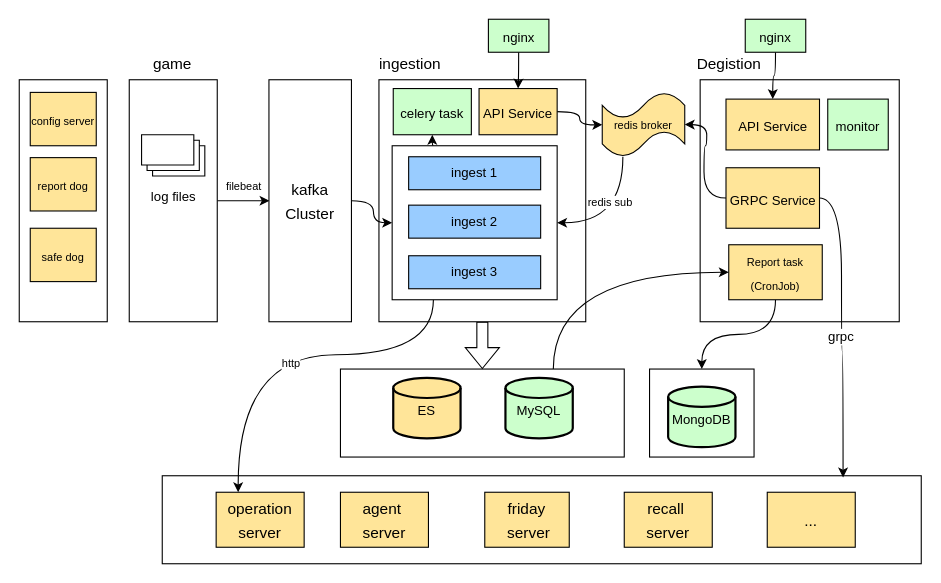
ppudding5566/test5566 keeps this draw.io diagram as page "數據平台整體架構" (2 of 5) of turtledegist.drawio. Above is the earlier version. Source tidied: cells renumbered, new cells numbered last; positions are measured from the earlier drawing's top-left corner, leaving out a move shared by most shapes. Both pictures are drawn from the tidied source at 110%, with x=0, y=0 at pixel (19, 19).
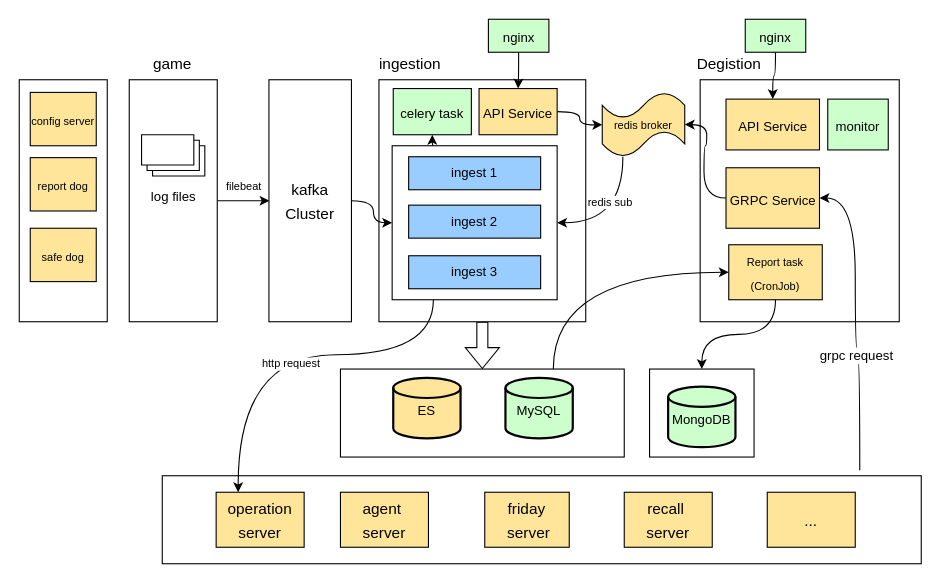
After the change.

The change refers to these unchanged cells:
```xml
<mxCell id="2" style="rounded=0;whiteSpace=wrap;html=1;fontSize=18;fillColor=#FFFFFF;" parent="1" vertex="1">
  <mxGeometry x="130" y="415" width="690" height="80" as="geometry" />
</mxCell>
<mxCell id="8" style="edgeStyle=orthogonalEdgeStyle;curved=1;rounded=0;jettySize=auto;html=1;exitX=0.25;exitY=1;exitDx=0;exitDy=0;entryX=0.25;entryY=0;entryDx=0;entryDy=0;fontSize=10;elbow=vertical;" parent="1" edge="1" source="11" target="39">
  <mxGeometry relative="1" as="geometry">
    <Array as="points">
      <mxPoint x="377" y="305" />
      <mxPoint x="199" y="305" />
    </Array>
  </mxGeometry>
</mxCell>
<mxCell id="35" value="&lt;font style=&quot;font-size: 12px;&quot;&gt;GRPC Service&lt;/font&gt;" style="rounded=0;whiteSpace=wrap;html=1;fontSize=18;fillColor=#FFE599;" parent="1" vertex="1">
  <mxGeometry x="642.5" y="135" width="85" height="55" as="geometry" />
</mxCell>
```

Change to the diagram source:
```diff
@@
-    <mxCell id="9" value="http" style="edgeLabel;html=1;align=center;verticalAlign=middle;fontSize=10;" parent="8" vertex="1">
+    <mxCell id="9" value="http request" style="edgeLabel;html=1;align=center;verticalAlign=middle;fontSize=10;" parent="8" vertex="1">
       <mxGeometry x="0.02" y="7" relative="1" as="geometry" />
     </mxCell>
@@
-    <mxCell id="32" style="edgeStyle=orthogonalEdgeStyle;curved=1;rounded=0;jettySize=auto;html=1;exitX=1;exitY=0.5;exitDx=0;exitDy=0;entryX=0.897;entryY=0.019;entryDx=0;entryDy=0;entryPerimeter=0;fontSize=12;elbow=vertical;" parent="1" edge="1" source="35" target="2">
-      <mxGeometry relative="1" as="geometry" />
+    <mxCell id="32" style="edgeStyle=orthogonalEdgeStyle;curved=1;rounded=0;jettySize=auto;html=1;exitX=0.919;exitY=-0.062;exitDx=0;exitDy=0;fontSize=12;elbow=vertical;exitPerimeter=0;entryX=1;entryY=0.5;entryDx=0;entryDy=0;" parent="1" edge="1" source="2" target="35">
+      <mxGeometry relative="1" as="geometry">
+        <Array as="points">
+          <mxPoint x="764" y="303" />
+          <mxPoint x="760" y="303" />
+          <mxPoint x="760" y="163" />
+        </Array>
+      </mxGeometry>
     </mxCell>
-    <mxCell id="33" value="grpc" style="edgeLabel;html=1;align=center;verticalAlign=middle;fontSize=12;" parent="32" vertex="1">
-      <mxGeometry x="0.06" y="-1" relative="1" as="geometry" />
+    <mxCell id="33" value="grpc request" style="edgeLabel;html=1;align=center;verticalAlign=middle;fontSize=12;" parent="32" vertex="1">
+      <mxGeometry x="0.06" y="-1" relative="1" as="geometry">
+        <mxPoint x="-1" y="42" as="offset" />
+      </mxGeometry>
     </mxCell>
```
